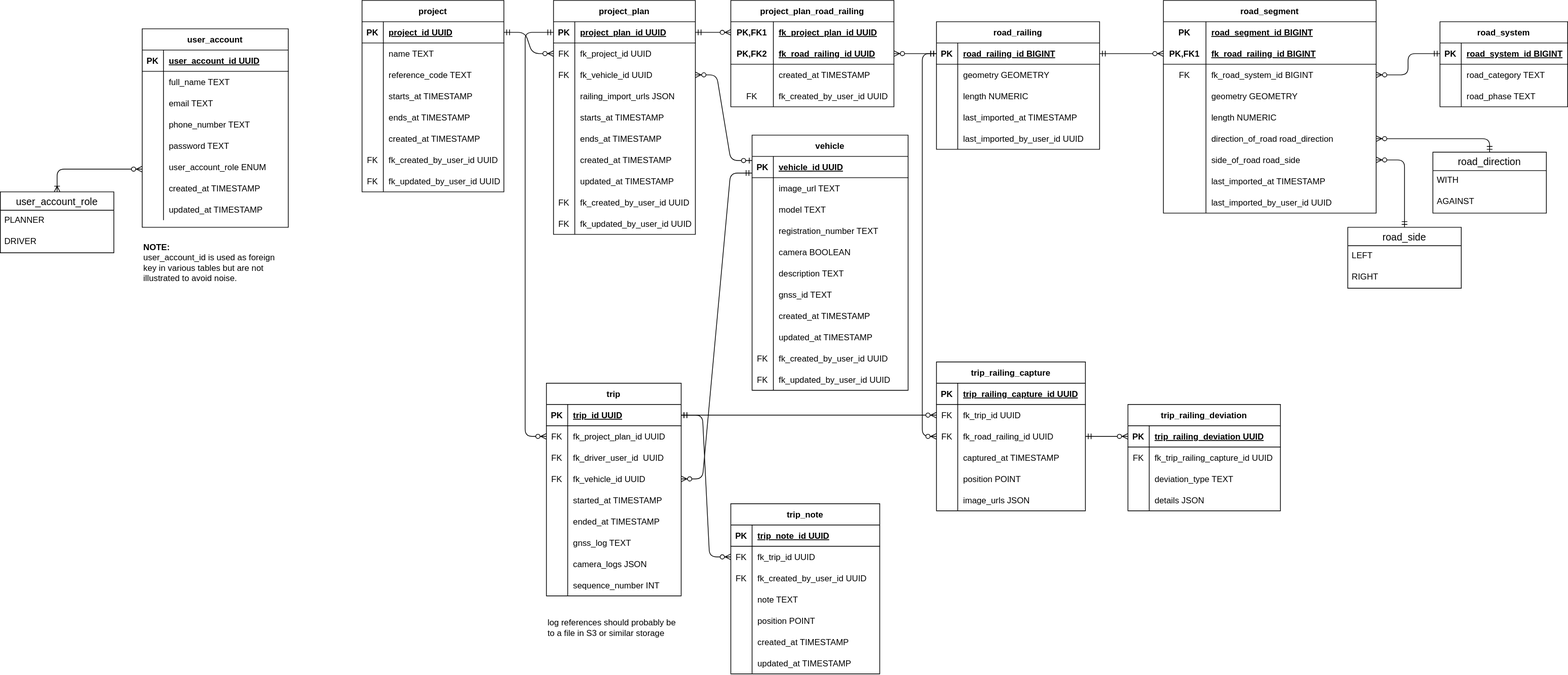
Above: docs/diagrams/erdiagram.drawio.svg in triosnok/isi-planning-tool (draw.io), before the change. Source tidied: cells renumbered, new cells last; positions are measured from the earlier drawing's top-left corner, leaving out a move shared by most shapes.
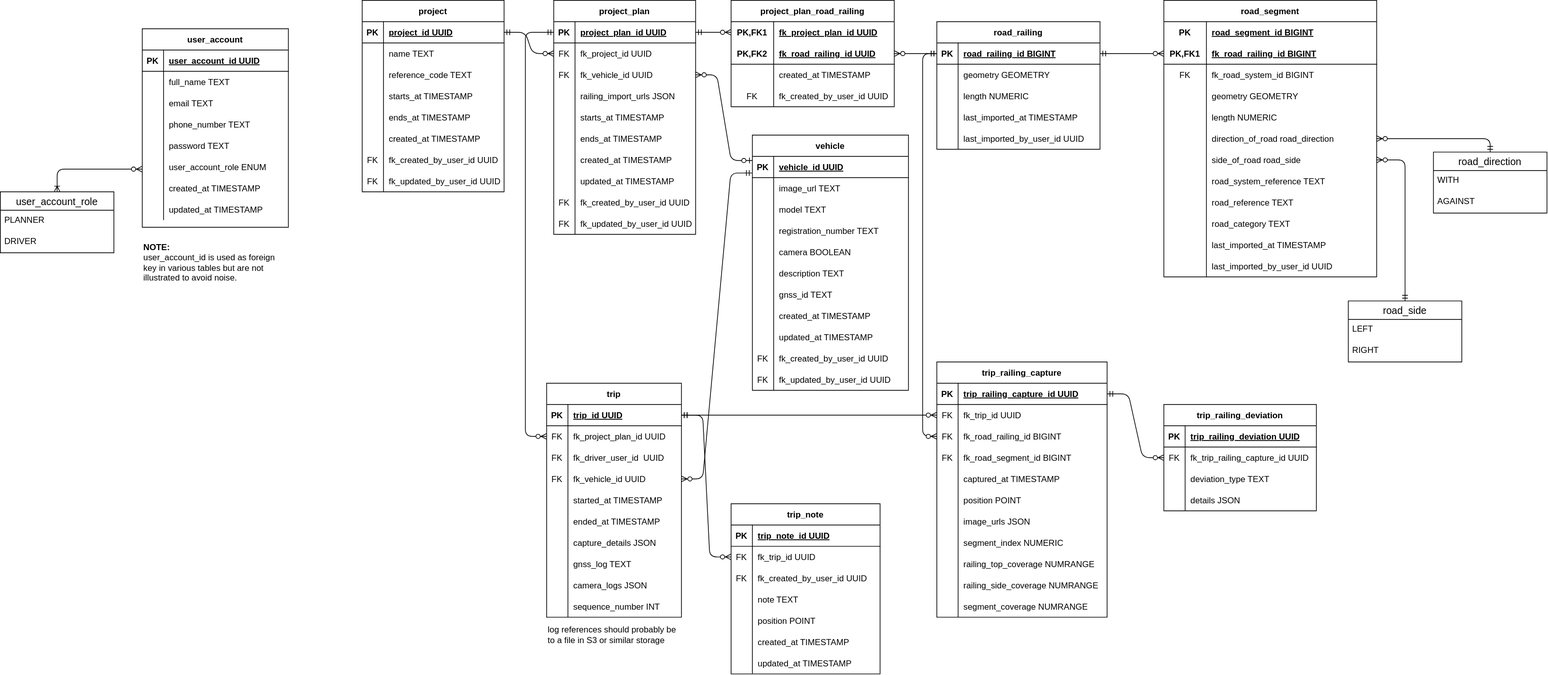
After the commit.

Change to the diagram source:
```diff
@@ -370,3 +370,3 @@
     <mxCell id="122" value="road_side" style="swimlane;fontStyle=0;horizontal=1;startSize=26;align=center;fontSize=14;" parent="1" vertex="1">
-      <mxGeometry x="1900" y="320" width="160" height="86" as="geometry" />
+      <mxGeometry x="1900" y="424" width="160" height="86" as="geometry" />
     </mxCell>
@@ -490,3 +490,3 @@
     <mxCell id="162" value="trip" style="shape=table;startSize=30;rowLines=0;fontStyle=1;align=center;" parent="1" vertex="1">
-      <mxGeometry x="770" y="540" width="190" height="300" as="geometry" />
+      <mxGeometry x="770" y="540" width="190" height="330" as="geometry" />
     </mxCell>
@@ -546,4 +546,13 @@
     </mxCell>
+    <mxCell id="292" style="shape=tableRow;horizontal=0;startSize=0;swimlaneHead=0;swimlaneBody=0;fillColor=none;top=0;left=0;right=0;bottom=0;" parent="162" vertex="1">
+      <mxGeometry y="210" width="190" height="30" as="geometry" />
+    </mxCell>
+    <mxCell id="293" style="shape=partialRectangle;fillColor=none;top=0;left=0;bottom=0;right=0;overflow=hidden;" parent="292" vertex="1">
+      <mxGeometry width="30" height="30" as="geometry" />
+    </mxCell>
+    <mxCell id="294" value="capture_details JSON" style="shape=partialRectangle;fillColor=none;top=0;left=0;bottom=0;right=0;align=left;spacingLeft=6;overflow=hidden;" parent="292" vertex="1">
+      <mxGeometry x="30" width="160" height="30" as="geometry" />
+    </mxCell>
     <mxCell id="181" style="shape=tableRow;horizontal=0;startSize=0;swimlaneHead=0;swimlaneBody=0;fillColor=none;top=0;left=0;right=0;bottom=0;" parent="162" vertex="1">
-      <mxGeometry y="210" width="190" height="30" as="geometry" />
+      <mxGeometry y="240" width="190" height="30" as="geometry" />
     </mxCell>
@@ -556,3 +565,3 @@
     <mxCell id="184" style="shape=tableRow;horizontal=0;startSize=0;swimlaneHead=0;swimlaneBody=0;fillColor=none;top=0;left=0;right=0;bottom=0;" parent="162" vertex="1">
-      <mxGeometry y="240" width="190" height="30" as="geometry" />
+      <mxGeometry y="270" width="190" height="30" as="geometry" />
     </mxCell>
@@ -565,3 +574,3 @@
     <mxCell id="187" style="shape=tableRow;horizontal=0;startSize=0;swimlaneHead=0;swimlaneBody=0;fillColor=none;top=0;left=0;right=0;bottom=0;" parent="162" vertex="1">
-      <mxGeometry y="270" width="190" height="30" as="geometry" />
+      <mxGeometry y="300" width="190" height="30" as="geometry" />
     </mxCell>
@@ -640,6 +649,6 @@
     <mxCell id="212" value="trip_railing_capture" style="shape=table;startSize=30;rowLines=0;fontStyle=1;align=center;" parent="1" vertex="1">
-      <mxGeometry x="1320" y="510" width="210" height="210" as="geometry" />
+      <mxGeometry x="1320" y="510" width="240" height="360" as="geometry" />
     </mxCell>
     <mxCell id="213" style="shape=tableRow;horizontal=0;startSize=0;swimlaneHead=0;swimlaneBody=0;fillColor=none;points=[[0,0.5],[1,0.5]];portConstraint=eastwest;top=0;left=0;right=0;bottom=1;" parent="212" vertex="1">
-      <mxGeometry y="30" width="210" height="30" as="geometry" />
+      <mxGeometry y="30" width="240" height="30" as="geometry" />
     </mxCell>
@@ -649,6 +658,6 @@
     <mxCell id="215" value="trip_railing_capture_id UUID" style="shape=partialRectangle;fillColor=none;top=0;left=0;bottom=0;right=0;align=left;spacingLeft=6;fontStyle=5;overflow=hidden;" parent="213" vertex="1">
-      <mxGeometry x="30" width="180" height="30" as="geometry" />
+      <mxGeometry x="30" width="210" height="30" as="geometry" />
     </mxCell>
     <mxCell id="216" style="shape=tableRow;horizontal=0;startSize=0;swimlaneHead=0;swimlaneBody=0;fillColor=none;points=[[0,0.5],[1,0.5]];portConstraint=eastwest;top=0;left=0;right=0;bottom=0;" parent="212" vertex="1">
-      <mxGeometry y="60" width="210" height="30" as="geometry" />
+      <mxGeometry y="60" width="240" height="30" as="geometry" />
     </mxCell>
@@ -658,6 +667,6 @@
     <mxCell id="218" value="fk_trip_id UUID" style="shape=partialRectangle;fillColor=none;top=0;left=0;bottom=0;right=0;align=left;spacingLeft=6;fontStyle=0;overflow=hidden;" parent="216" vertex="1">
-      <mxGeometry x="30" width="180" height="30" as="geometry" />
+      <mxGeometry x="30" width="210" height="30" as="geometry" />
     </mxCell>
     <mxCell id="219" style="shape=tableRow;horizontal=0;startSize=0;swimlaneHead=0;swimlaneBody=0;fillColor=none;points=[[0,0.5],[1,0.5]];portConstraint=eastwest;top=0;left=0;right=0;bottom=0;" parent="212" vertex="1">
-      <mxGeometry y="90" width="210" height="30" as="geometry" />
+      <mxGeometry y="90" width="240" height="30" as="geometry" />
     </mxCell>
@@ -666,7 +675,16 @@
     </mxCell>
-    <mxCell id="221" value="fk_road_railing_id UUID" style="shape=partialRectangle;fillColor=none;top=0;left=0;bottom=0;right=0;align=left;spacingLeft=6;fontStyle=0;overflow=hidden;" parent="219" vertex="1">
-      <mxGeometry x="30" width="180" height="30" as="geometry" />
+    <mxCell id="221" value="fk_road_railing_id BIGINT" style="shape=partialRectangle;fillColor=none;top=0;left=0;bottom=0;right=0;align=left;spacingLeft=6;fontStyle=0;overflow=hidden;" parent="219" vertex="1">
+      <mxGeometry x="30" width="210" height="30" as="geometry" />
     </mxCell>
+    <mxCell id="295" style="shape=tableRow;horizontal=0;startSize=0;swimlaneHead=0;swimlaneBody=0;fillColor=none;top=0;left=0;right=0;bottom=0;" parent="212" vertex="1">
+      <mxGeometry y="120" width="240" height="30" as="geometry" />
+    </mxCell>
+    <mxCell id="296" value="FK" style="shape=partialRectangle;fillColor=none;top=0;left=0;bottom=0;right=0;fontStyle=0;overflow=hidden;" parent="295" vertex="1">
+      <mxGeometry width="30" height="30" as="geometry" />
+    </mxCell>
+    <mxCell id="297" value="fk_road_segment_id BIGINT" style="shape=partialRectangle;fillColor=none;top=0;left=0;bottom=0;right=0;align=left;spacingLeft=6;fontStyle=0;overflow=hidden;" parent="295" vertex="1">
+      <mxGeometry x="30" width="210" height="30" as="geometry" />
+    </mxCell>
     <mxCell id="222" style="shape=tableRow;horizontal=0;startSize=0;swimlaneHead=0;swimlaneBody=0;fillColor=none;top=0;left=0;right=0;bottom=0;" parent="212" vertex="1">
-      <mxGeometry y="120" width="210" height="30" as="geometry" />
+      <mxGeometry y="150" width="240" height="30" as="geometry" />
     </mxCell>
@@ -676,6 +694,6 @@
     <mxCell id="224" value="captured_at TIMESTAMP" style="shape=partialRectangle;fillColor=none;top=0;left=0;bottom=0;right=0;align=left;spacingLeft=6;overflow=hidden;" parent="222" vertex="1">
-      <mxGeometry x="30" width="180" height="30" as="geometry" />
+      <mxGeometry x="30" width="210" height="30" as="geometry" />
     </mxCell>
     <mxCell id="225" style="shape=tableRow;horizontal=0;startSize=0;swimlaneHead=0;swimlaneBody=0;fillColor=none;top=0;left=0;right=0;bottom=0;" parent="212" vertex="1">
-      <mxGeometry y="150" width="210" height="30" as="geometry" />
+      <mxGeometry y="180" width="240" height="30" as="geometry" />
     </mxCell>
@@ -685,6 +703,6 @@
     <mxCell id="227" value="position POINT" style="shape=partialRectangle;fillColor=none;top=0;left=0;bottom=0;right=0;align=left;spacingLeft=6;overflow=hidden;" parent="225" vertex="1">
-      <mxGeometry x="30" width="180" height="30" as="geometry" />
+      <mxGeometry x="30" width="210" height="30" as="geometry" />
     </mxCell>
     <mxCell id="228" style="shape=tableRow;horizontal=0;startSize=0;swimlaneHead=0;swimlaneBody=0;fillColor=none;top=0;left=0;right=0;bottom=0;" parent="212" vertex="1">
-      <mxGeometry y="180" width="210" height="30" as="geometry" />
+      <mxGeometry y="210" width="240" height="30" as="geometry" />
     </mxCell>
@@ -694,6 +712,42 @@
     <mxCell id="230" value="image_urls JSON" style="shape=partialRectangle;fillColor=none;top=0;left=0;bottom=0;right=0;align=left;spacingLeft=6;overflow=hidden;" parent="228" vertex="1">
-      <mxGeometry x="30" width="180" height="30" as="geometry" />
+      <mxGeometry x="30" width="210" height="30" as="geometry" />
     </mxCell>
+    <mxCell id="298" style="shape=tableRow;horizontal=0;startSize=0;swimlaneHead=0;swimlaneBody=0;fillColor=none;top=0;left=0;right=0;bottom=0;" parent="212" vertex="1">
+      <mxGeometry y="240" width="240" height="30" as="geometry" />
+    </mxCell>
+    <mxCell id="299" style="shape=partialRectangle;fillColor=none;top=0;left=0;bottom=0;right=0;overflow=hidden;" parent="298" vertex="1">
+      <mxGeometry width="30" height="30" as="geometry" />
+    </mxCell>
+    <mxCell id="300" value="segment_index NUMERIC" style="shape=partialRectangle;fillColor=none;top=0;left=0;bottom=0;right=0;align=left;spacingLeft=6;overflow=hidden;" parent="298" vertex="1">
+      <mxGeometry x="30" width="210" height="30" as="geometry" />
+    </mxCell>
+    <mxCell id="301" style="shape=tableRow;horizontal=0;startSize=0;swimlaneHead=0;swimlaneBody=0;fillColor=none;top=0;left=0;right=0;bottom=0;" parent="212" vertex="1">
+      <mxGeometry y="270" width="240" height="30" as="geometry" />
+    </mxCell>
+    <mxCell id="302" style="shape=partialRectangle;fillColor=none;top=0;left=0;bottom=0;right=0;overflow=hidden;" parent="301" vertex="1">
+      <mxGeometry width="30" height="30" as="geometry" />
+    </mxCell>
+    <mxCell id="303" value="railing_top_coverage NUMRANGE" style="shape=partialRectangle;fillColor=none;top=0;left=0;bottom=0;right=0;align=left;spacingLeft=6;overflow=hidden;" parent="301" vertex="1">
+      <mxGeometry x="30" width="210" height="30" as="geometry" />
+    </mxCell>
+    <mxCell id="304" style="shape=tableRow;horizontal=0;startSize=0;swimlaneHead=0;swimlaneBody=0;fillColor=none;top=0;left=0;right=0;bottom=0;" parent="212" vertex="1">
+      <mxGeometry y="300" width="240" height="30" as="geometry" />
+    </mxCell>
+    <mxCell id="305" style="shape=partialRectangle;fillColor=none;top=0;left=0;bottom=0;right=0;overflow=hidden;" parent="304" vertex="1">
+      <mxGeometry width="30" height="30" as="geometry" />
+    </mxCell>
+    <mxCell id="306" value="railing_side_coverage NUMRANGE" style="shape=partialRectangle;fillColor=none;top=0;left=0;bottom=0;right=0;align=left;spacingLeft=6;overflow=hidden;" parent="304" vertex="1">
+      <mxGeometry x="30" width="210" height="30" as="geometry" />
+    </mxCell>
+    <mxCell id="307" style="shape=tableRow;horizontal=0;startSize=0;swimlaneHead=0;swimlaneBody=0;fillColor=none;top=0;left=0;right=0;bottom=0;" parent="212" vertex="1">
+      <mxGeometry y="330" width="240" height="30" as="geometry" />
+    </mxCell>
+    <mxCell id="308" style="shape=partialRectangle;fillColor=none;top=0;left=0;bottom=0;right=0;overflow=hidden;" parent="307" vertex="1">
+      <mxGeometry width="30" height="30" as="geometry" />
+    </mxCell>
+    <mxCell id="309" value="segment_coverage NUMRANGE" style="shape=partialRectangle;fillColor=none;top=0;left=0;bottom=0;right=0;align=left;spacingLeft=6;overflow=hidden;" parent="307" vertex="1">
+      <mxGeometry x="30" width="210" height="30" as="geometry" />
+    </mxCell>
     <mxCell id="231" value="trip_railing_deviation" style="shape=table;startSize=30;rowLines=0;fontStyle=1;align=center;" parent="1" vertex="1">
-      <mxGeometry x="1590" y="570" width="215" height="150" as="geometry" />
+      <mxGeometry x="1640" y="570" width="215" height="150" as="geometry" />
     </mxCell>
@@ -736,3 +790,3 @@
     <mxCell id="244" value="log references should probably be to a file in S3 or similar storage" style="text;html=1;strokeColor=none;fillColor=none;align=left;verticalAlign=middle;whiteSpace=wrap;rounded=0;" parent="1" vertex="1">
-      <mxGeometry x="770" y="860" width="190" height="50" as="geometry" />
+      <mxGeometry x="770" y="870" width="190" height="50" as="geometry" />
     </mxCell>
@@ -758,3 +812,3 @@
     </mxCell>
-    <mxCell id="250" style="edgeStyle=entityRelationEdgeStyle;fontSize=12;html=1;endArrow=ERzeroToMany;startArrow=ERmandOne;exitX=1;exitY=0.5;exitDx=0;exitDy=0;entryX=0;entryY=0.5;entryDx=0;entryDy=0;" parent="1" edge="1" source="219" target="232">
+    <mxCell id="250" style="edgeStyle=entityRelationEdgeStyle;fontSize=12;html=1;endArrow=ERzeroToMany;startArrow=ERmandOne;entryX=0;entryY=0.5;entryDx=0;entryDy=0;" parent="1" edge="1" source="213" target="235">
       <mxGeometry relative="1" as="geometry" />
@@ -770,3 +824,3 @@
     <mxCell id="252" value="road_segment" style="shape=table;startSize=30;rowLines=0;fontStyle=1;align=center;" parent="1" vertex="1">
-      <mxGeometry x="1640" width="300" height="300" as="geometry" />
+      <mxGeometry x="1640" width="300" height="390" as="geometry" />
     </mxCell>
@@ -835,4 +889,31 @@
     </mxCell>
+    <mxCell id="291" style="shape=tableRow;horizontal=0;startSize=0;swimlaneHead=0;swimlaneBody=0;fillColor=none;top=0;left=0;right=0;bottom=0;" parent="252" vertex="1">
+      <mxGeometry y="240" width="300" height="30" as="geometry" />
+    </mxCell>
+    <mxCell id="310" style="shape=partialRectangle;fillColor=none;top=0;left=0;bottom=0;right=0;overflow=hidden;" parent="291" vertex="1">
+      <mxGeometry width="60" height="30" as="geometry" />
+    </mxCell>
+    <mxCell id="311" value="road_system_reference TEXT" style="shape=partialRectangle;fillColor=none;top=0;left=0;bottom=0;right=0;align=left;spacingLeft=6;overflow=hidden;" parent="291" vertex="1">
+      <mxGeometry x="60" width="240" height="30" as="geometry" />
+    </mxCell>
+    <mxCell id="312" style="shape=tableRow;horizontal=0;startSize=0;swimlaneHead=0;swimlaneBody=0;fillColor=none;top=0;left=0;right=0;bottom=0;" parent="252" vertex="1">
+      <mxGeometry y="270" width="300" height="30" as="geometry" />
+    </mxCell>
+    <mxCell id="313" style="shape=partialRectangle;fillColor=none;top=0;left=0;bottom=0;right=0;overflow=hidden;" parent="312" vertex="1">
+      <mxGeometry width="60" height="30" as="geometry" />
+    </mxCell>
+    <mxCell id="314" value="road_reference TEXT" style="shape=partialRectangle;fillColor=none;top=0;left=0;bottom=0;right=0;align=left;spacingLeft=6;overflow=hidden;" parent="312" vertex="1">
+      <mxGeometry x="60" width="240" height="30" as="geometry" />
+    </mxCell>
+    <mxCell id="315" style="shape=tableRow;horizontal=0;startSize=0;swimlaneHead=0;swimlaneBody=0;fillColor=none;top=0;left=0;right=0;bottom=0;" parent="252" vertex="1">
+      <mxGeometry y="300" width="300" height="30" as="geometry" />
+    </mxCell>
+    <mxCell id="316" style="shape=partialRectangle;fillColor=none;top=0;left=0;bottom=0;right=0;overflow=hidden;" parent="315" vertex="1">
+      <mxGeometry width="60" height="30" as="geometry" />
+    </mxCell>
+    <mxCell id="287" value="road_category TEXT" style="shape=partialRectangle;fillColor=none;top=0;left=0;bottom=0;right=0;align=left;spacingLeft=6;overflow=hidden;" parent="315" vertex="1">
+      <mxGeometry x="60" width="240" height="30" as="geometry" />
+    </mxCell>
     <mxCell id="274" style="shape=tableRow;horizontal=0;startSize=0;swimlaneHead=0;swimlaneBody=0;fillColor=none;top=0;left=0;right=0;bottom=0;" parent="252" vertex="1">
-      <mxGeometry y="240" width="300" height="30" as="geometry" />
+      <mxGeometry y="330" width="300" height="30" as="geometry" />
     </mxCell>
@@ -845,3 +926,3 @@
     <mxCell id="277" style="shape=tableRow;horizontal=0;startSize=0;swimlaneHead=0;swimlaneBody=0;fillColor=none;top=0;left=0;right=0;bottom=0;" parent="252" vertex="1">
-      <mxGeometry y="270" width="300" height="30" as="geometry" />
+      <mxGeometry y="360" width="300" height="30" as="geometry" />
     </mxCell>
@@ -856,35 +937,2 @@
     </mxCell>
-    <mxCell id="281" value="road_system" style="shape=table;startSize=30;rowLines=0;fontStyle=1;align=center;" parent="1" vertex="1">
-      <mxGeometry x="2030" y="30" width="180" height="120" as="geometry" />
-    </mxCell>
-    <mxCell id="282" style="shape=tableRow;horizontal=0;startSize=0;swimlaneHead=0;swimlaneBody=0;fillColor=none;points=[[0,0.5],[1,0.5]];portConstraint=eastwest;top=0;left=0;right=0;bottom=1;" parent="281" vertex="1">
-      <mxGeometry y="30" width="180" height="30" as="geometry" />
-    </mxCell>
-    <mxCell id="283" value="PK" style="shape=partialRectangle;fillColor=none;top=0;left=0;bottom=0;right=0;fontStyle=1;overflow=hidden;" parent="282" vertex="1">
-      <mxGeometry width="30" height="30" as="geometry" />
-    </mxCell>
-    <mxCell id="284" value="road_system_id BIGINT" style="shape=partialRectangle;fillColor=none;top=0;left=0;bottom=0;right=0;align=left;spacingLeft=6;fontStyle=5;overflow=hidden;" parent="282" vertex="1">
-      <mxGeometry x="30" width="150" height="30" as="geometry" />
-    </mxCell>
-    <mxCell id="285" style="shape=tableRow;horizontal=0;startSize=0;swimlaneHead=0;swimlaneBody=0;fillColor=none;top=0;left=0;right=0;bottom=0;" parent="281" vertex="1">
-      <mxGeometry y="60" width="180" height="30" as="geometry" />
-    </mxCell>
-    <mxCell id="286" style="shape=partialRectangle;fillColor=none;top=0;left=0;bottom=0;right=0;overflow=hidden;" parent="285" vertex="1">
-      <mxGeometry width="30" height="30" as="geometry" />
-    </mxCell>
-    <mxCell id="287" value="road_category TEXT" style="shape=partialRectangle;fillColor=none;top=0;left=0;bottom=0;right=0;align=left;spacingLeft=6;overflow=hidden;" parent="285" vertex="1">
-      <mxGeometry x="30" width="150" height="30" as="geometry" />
-    </mxCell>
-    <mxCell id="288" style="shape=tableRow;horizontal=0;startSize=0;swimlaneHead=0;swimlaneBody=0;fillColor=none;top=0;left=0;right=0;bottom=0;" parent="281" vertex="1">
-      <mxGeometry y="90" width="180" height="30" as="geometry" />
-    </mxCell>
-    <mxCell id="289" style="shape=partialRectangle;fillColor=none;top=0;left=0;bottom=0;right=0;overflow=hidden;" parent="288" vertex="1">
-      <mxGeometry width="30" height="30" as="geometry" />
-    </mxCell>
-    <mxCell id="290" value="road_phase TEXT" style="shape=partialRectangle;fillColor=none;top=0;left=0;bottom=0;right=0;align=left;spacingLeft=6;overflow=hidden;" parent="288" vertex="1">
-      <mxGeometry x="30" width="150" height="30" as="geometry" />
-    </mxCell>
-    <mxCell id="291" style="edgeStyle=orthogonalEdgeStyle;fontSize=12;html=1;endArrow=ERzeroToMany;startArrow=ERmandOne;entryX=1;entryY=0.5;entryDx=0;entryDy=0;exitX=0;exitY=0.5;exitDx=0;exitDy=0;" parent="1" edge="1" source="282" target="259">
-      <mxGeometry relative="1" as="geometry" />
-    </mxCell>
   </root>
```
